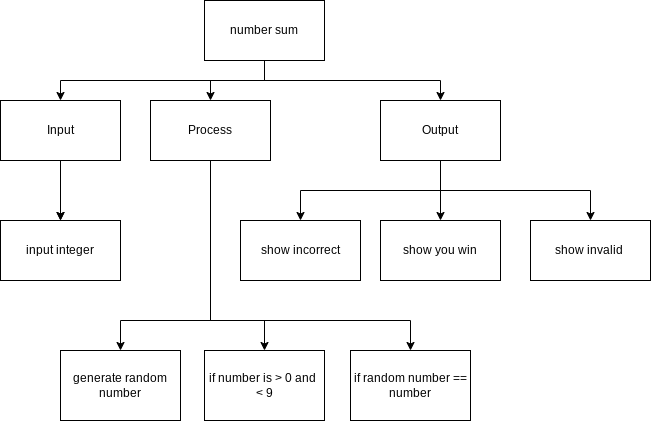
The draw.io diagram plan.png in devin-jhu/ICS3U-4-04-Python, before a commit. Source tidied: cells renumbered, new cells last; positions are measured from the earlier drawing's top-left corner, leaving out a move shared by most shapes. The source it was exported from:
```xml
<mxGraphModel>
  <root>
    <mxCell id="0" />
    <mxCell id="1" parent="0" />
    <mxCell id="2" style="edgeStyle=orthogonalEdgeStyle;rounded=0;html=1;exitX=0.5;exitY=1;exitDx=0;exitDy=0;entryX=0.5;entryY=0;entryDx=0;entryDy=0;" parent="1" edge="1" source="5" target="12">
      <mxGeometry relative="1" as="geometry" />
    </mxCell>
    <mxCell id="3" style="edgeStyle=orthogonalEdgeStyle;rounded=0;html=1;exitX=0.5;exitY=1;exitDx=0;exitDy=0;entryX=0.5;entryY=0;entryDx=0;entryDy=0;" parent="1" edge="1" source="5" target="8">
      <mxGeometry relative="1" as="geometry" />
    </mxCell>
    <mxCell id="4" style="edgeStyle=orthogonalEdgeStyle;rounded=0;html=1;exitX=0.5;exitY=1;exitDx=0;exitDy=0;" parent="1" edge="1" source="5" target="16">
      <mxGeometry relative="1" as="geometry" />
    </mxCell>
    <mxCell id="5" value="number sum" style="rounded=0;whiteSpace=wrap;html=1;" parent="1" vertex="1">
      <mxGeometry x="204" width="120" height="60" as="geometry" />
    </mxCell>
    <mxCell id="6" style="edgeStyle=orthogonalEdgeStyle;rounded=0;html=1;exitX=0.5;exitY=1;exitDx=0;exitDy=0;entryX=0.5;entryY=0;entryDx=0;entryDy=0;" parent="1" edge="1" source="8">
      <mxGeometry relative="1" as="geometry">
        <mxPoint x="60" y="220" as="targetPoint" />
      </mxGeometry>
    </mxCell>
    <mxCell id="7" style="edgeStyle=orthogonalEdgeStyle;rounded=0;html=1;exitX=0.5;exitY=1;exitDx=0;exitDy=0;" parent="1" edge="1" source="8" target="19">
      <mxGeometry relative="1" as="geometry" />
    </mxCell>
    <mxCell id="8" value="Input" style="rounded=0;whiteSpace=wrap;html=1;" parent="1" vertex="1">
      <mxGeometry y="100" width="120" height="60" as="geometry" />
    </mxCell>
    <mxCell id="9" style="edgeStyle=orthogonalEdgeStyle;html=1;exitX=0.5;exitY=1;exitDx=0;exitDy=0;rounded=0;" parent="1" edge="1" source="12" target="17">
      <mxGeometry relative="1" as="geometry">
        <Array as="points">
          <mxPoint x="210" y="320" />
          <mxPoint x="120" y="320" />
        </Array>
      </mxGeometry>
    </mxCell>
    <mxCell id="10" style="edgeStyle=orthogonalEdgeStyle;shape=connector;rounded=0;html=1;exitX=0.5;exitY=1;exitDx=0;exitDy=0;labelBackgroundColor=default;fontFamily=Helvetica;fontSize=11;fontColor=default;endArrow=classic;strokeColor=default;" parent="1" edge="1" source="12" target="22">
      <mxGeometry relative="1" as="geometry">
        <Array as="points">
          <mxPoint x="210" y="320" />
          <mxPoint x="264" y="320" />
        </Array>
      </mxGeometry>
    </mxCell>
    <mxCell id="11" style="edgeStyle=orthogonalEdgeStyle;shape=connector;rounded=0;html=1;exitX=0.5;exitY=1;exitDx=0;exitDy=0;labelBackgroundColor=default;fontFamily=Helvetica;fontSize=11;fontColor=default;endArrow=classic;strokeColor=default;" parent="1" edge="1" source="12" target="23">
      <mxGeometry relative="1" as="geometry">
        <Array as="points">
          <mxPoint x="210" y="320" />
          <mxPoint x="410" y="320" />
        </Array>
      </mxGeometry>
    </mxCell>
    <mxCell id="12" value="Process" style="rounded=0;whiteSpace=wrap;html=1;" parent="1" vertex="1">
      <mxGeometry x="150" y="100" width="120" height="60" as="geometry" />
    </mxCell>
    <mxCell id="13" style="edgeStyle=orthogonalEdgeStyle;html=1;exitX=0.5;exitY=1;exitDx=0;exitDy=0;rounded=0;" parent="1" edge="1" source="16" target="18">
      <mxGeometry relative="1" as="geometry" />
    </mxCell>
    <mxCell id="14" style="edgeStyle=orthogonalEdgeStyle;html=1;exitX=0.5;exitY=1;exitDx=0;exitDy=0;entryX=0.5;entryY=0;entryDx=0;entryDy=0;rounded=0;" parent="1" edge="1" source="16" target="20">
      <mxGeometry relative="1" as="geometry" />
    </mxCell>
    <mxCell id="15" style="edgeStyle=orthogonalEdgeStyle;shape=connector;rounded=0;html=1;exitX=0.5;exitY=1;exitDx=0;exitDy=0;labelBackgroundColor=default;fontFamily=Helvetica;fontSize=11;fontColor=default;endArrow=classic;strokeColor=default;" parent="1" edge="1" source="16" target="21">
      <mxGeometry relative="1" as="geometry" />
    </mxCell>
    <mxCell id="16" value="Output" style="rounded=0;whiteSpace=wrap;html=1;" parent="1" vertex="1">
      <mxGeometry x="380" y="100" width="120" height="60" as="geometry" />
    </mxCell>
    <mxCell id="17" value="generate random number" style="rounded=0;whiteSpace=wrap;html=1;" parent="1" vertex="1">
      <mxGeometry x="60" y="350" width="120" height="70" as="geometry" />
    </mxCell>
    <mxCell id="18" value="show you win" style="rounded=0;whiteSpace=wrap;html=1;" parent="1" vertex="1">
      <mxGeometry x="380" y="220" width="120" height="60" as="geometry" />
    </mxCell>
    <mxCell id="19" value="input integer" style="rounded=0;whiteSpace=wrap;html=1;" parent="1" vertex="1">
      <mxGeometry y="220" width="120" height="60" as="geometry" />
    </mxCell>
    <mxCell id="20" value="show invalid&amp;nbsp;" style="rounded=0;whiteSpace=wrap;html=1;" parent="1" vertex="1">
      <mxGeometry x="530" y="220" width="120" height="60" as="geometry" />
    </mxCell>
    <mxCell id="21" value="show incorrect" style="rounded=0;whiteSpace=wrap;html=1;" parent="1" vertex="1">
      <mxGeometry x="240" y="220" width="120" height="60" as="geometry" />
    </mxCell>
    <mxCell id="22" value="if number is &amp;gt; 0 and&amp;nbsp; &amp;lt; 9" style="rounded=0;whiteSpace=wrap;html=1;" parent="1" vertex="1">
      <mxGeometry x="204" y="350" width="120" height="70" as="geometry" />
    </mxCell>
    <mxCell id="23" value="if random number == number" style="rounded=0;whiteSpace=wrap;html=1;" parent="1" vertex="1">
      <mxGeometry x="350" y="350" width="120" height="70" as="geometry" />
    </mxCell>
  </root>
</mxGraphModel>
```
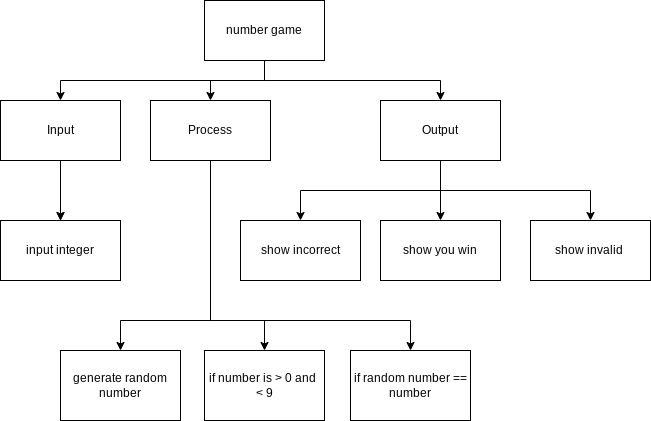
After the change.

Change to the diagram source:
```diff
@@ -11,7 +11,7 @@
     <mxCell id="4" style="edgeStyle=orthogonalEdgeStyle;rounded=0;html=1;exitX=0.5;exitY=1;exitDx=0;exitDy=0;" parent="1" edge="1" source="5" target="16">
       <mxGeometry relative="1" as="geometry" />
     </mxCell>
-    <mxCell id="5" value="number sum" style="rounded=0;whiteSpace=wrap;html=1;" parent="1" vertex="1">
+    <mxCell id="5" value="number game" style="rounded=0;whiteSpace=wrap;html=1;" parent="1" vertex="1">
       <mxGeometry x="204" width="120" height="60" as="geometry" />
     </mxCell>
     <mxCell id="6" style="edgeStyle=orthogonalEdgeStyle;rounded=0;html=1;exitX=0.5;exitY=1;exitDx=0;exitDy=0;entryX=0.5;entryY=0;entryDx=0;entryDy=0;" parent="1" edge="1" source="8">
```
